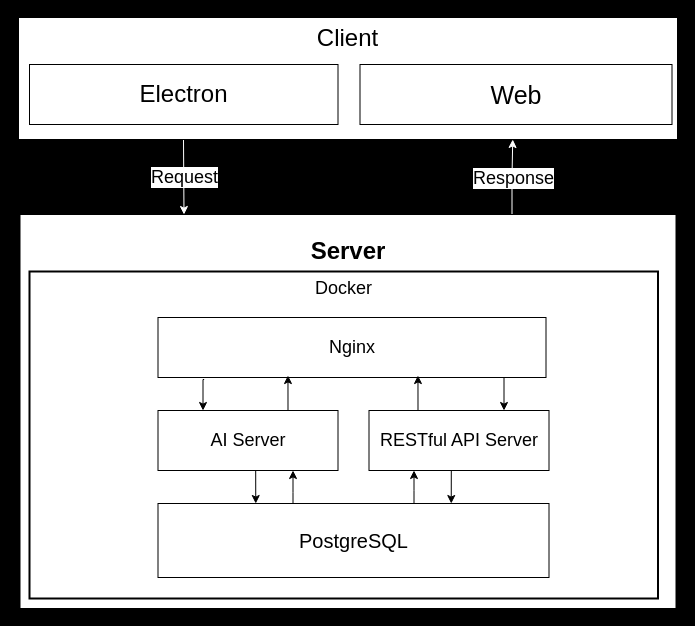
Earlier version of the draw.io diagram pic1.drawio (karta2341940/ch). Source tidied: cells renumbered, new cells numbered last; positions are measured from the earlier drawing's top-left corner, leaving out a move shared by most shapes. Both pictures are drawn from the tidied source at 100%, with x=0, y=0 at pixel (18, 17).
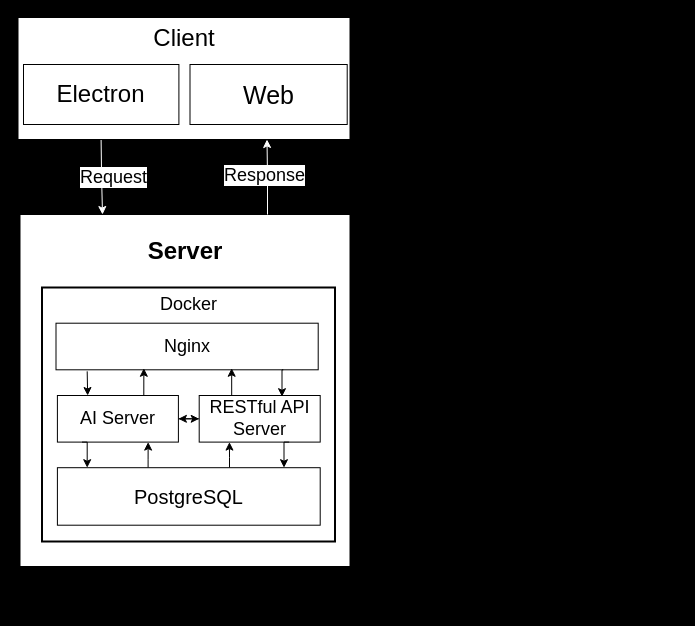
After the change.

The edit, as a diff of the source:
```diff
@@
+    <mxCell id="7" value="&lt;h1 style=&quot;font-size: 24px;&quot;&gt;Server&lt;/h1&gt;" style="rounded=0;whiteSpace=wrap;html=1;align=center;verticalAlign=top;" parent="1" vertex="1">
+      <mxGeometry x="1.5" y="197" width="330" height="352" as="geometry" />
+    </mxCell>
+    <mxCell id="23" style="group;" parent="1" vertex="1">
+      <mxGeometry x="23.5" y="270" width="293" height="254" as="geometry" />
+    </mxCell>
+    <mxCell id="8" value="&lt;font style=&quot;font-size: 18px;&quot;&gt;Docker&lt;/font&gt;" style="rounded=0;whiteSpace=wrap;html=1;strokeWidth=2;verticalAlign=top;" parent="23" vertex="1">
+      <mxGeometry width="293" height="254" as="geometry" />
+    </mxCell>
+    <mxCell id="11" value="&lt;font style=&quot;font-size: 18px;&quot;&gt;Nginx&lt;/font&gt;" style="rounded=0;whiteSpace=wrap;html=1;" parent="23" vertex="1">
+      <mxGeometry x="14" y="35.7" width="262.2" height="46.6" as="geometry" />
+    </mxCell>
+    <mxCell id="24" style="edgeStyle=orthogonalEdgeStyle;rounded=0;jettySize=auto;html=1;exitX=0;exitY=0.5;exitDx=0;exitDy=0;entryX=1;entryY=0.5;entryDx=0;entryDy=0;" parent="23" edge="1" source="13" target="15">
+      <mxGeometry relative="1" as="geometry" />
+    </mxCell>
+    <mxCell id="13" value="&lt;font style=&quot;font-size: 18px;&quot;&gt;RESTful API Server&lt;/font&gt;" style="rounded=0;whiteSpace=wrap;html=1;" parent="23" vertex="1">
+      <mxGeometry x="157.2" y="108" width="121" height="46.6" as="geometry" />
+    </mxCell>
+    <mxCell id="25" style="edgeStyle=orthogonalEdgeStyle;rounded=0;jettySize=auto;html=1;exitX=1;exitY=0.5;exitDx=0;exitDy=0;entryX=0;entryY=0.5;entryDx=0;entryDy=0;" parent="23" edge="1" source="15" target="13">
+      <mxGeometry relative="1" as="geometry" />
+    </mxCell>
+    <mxCell id="15" value="&lt;font style=&quot;font-size: 18px;&quot;&gt;AI Server&lt;/font&gt;" style="rounded=0;whiteSpace=wrap;html=1;" parent="23" vertex="1">
+      <mxGeometry x="15.4" y="108" width="121" height="46.6" as="geometry" />
+    </mxCell>
+    <mxCell id="9" style="edgeStyle=orthogonalEdgeStyle;rounded=0;jettySize=auto;html=1;exitX=0.119;exitY=1.033;exitDx=0;exitDy=0;entryX=0.25;entryY=0;entryDx=0;entryDy=0;exitPerimeter=0;" parent="23" edge="1" source="11" target="15">
+      <mxGeometry relative="1" as="geometry" />
+    </mxCell>
+    <mxCell id="16" style="edgeStyle=orthogonalEdgeStyle;rounded=0;jettySize=auto;html=1;entryX=0.75;entryY=1;entryDx=0;entryDy=0;" parent="23" edge="1" source="18" target="15">
+      <mxGeometry relative="1" as="geometry">
+        <Array as="points">
+          <mxPoint x="106.1" y="171.7" />
+          <mxPoint x="106.1" y="171.7" />
+        </Array>
+      </mxGeometry>
+    </mxCell>
+    <mxCell id="17" style="edgeStyle=orthogonalEdgeStyle;rounded=0;jettySize=auto;html=1;entryX=0.25;entryY=1;entryDx=0;entryDy=0;" parent="23" edge="1" source="18" target="13">
+      <mxGeometry relative="1" as="geometry">
+        <Array as="points">
+          <mxPoint x="187.5" y="170.1" />
+          <mxPoint x="187.5" y="170.1" />
+        </Array>
+      </mxGeometry>
+    </mxCell>
+    <mxCell id="18" value="&lt;span style=&quot;font-size: 20px;&quot;&gt;PostgreSQL&lt;/span&gt;" style="rounded=0;whiteSpace=wrap;html=1;" parent="23" vertex="1">
+      <mxGeometry x="15.4" y="180.2" width="262.8" height="57.5" as="geometry" />
+    </mxCell>
+    <mxCell id="26" style="edgeStyle=orthogonalEdgeStyle;rounded=0;orthogonalLoop=1;jettySize=auto;html=1;exitX=0.5;exitY=1;exitDx=0;exitDy=0;entryX=0.75;entryY=0;entryDx=0;entryDy=0;" parent="23" edge="1">
+      <mxGeometry relative="1" as="geometry">
+        <mxPoint x="247.2" y="154.6" as="sourcePoint" />
+        <mxPoint x="242" y="180.2" as="targetPoint" />
+      </mxGeometry>
+    </mxCell>
+    <mxCell id="19" style="edgeStyle=orthogonalEdgeStyle;rounded=0;jettySize=auto;html=1;exitX=0.75;exitY=0;exitDx=0;exitDy=0;entryX=0.335;entryY=0.967;entryDx=0;entryDy=0;entryPerimeter=0;" parent="23" edge="1" source="15" target="11">
+      <mxGeometry relative="1" as="geometry" />
+    </mxCell>
+    <mxCell id="27" style="edgeStyle=orthogonalEdgeStyle;rounded=0;orthogonalLoop=1;jettySize=auto;html=1;exitX=0.5;exitY=1;exitDx=0;exitDy=0;entryX=0.25;entryY=0;entryDx=0;entryDy=0;" parent="23" edge="1">
+      <mxGeometry relative="1" as="geometry">
+        <mxPoint x="40" y="154.6" as="sourcePoint" />
+        <mxPoint x="45.2" y="180.2" as="targetPoint" />
+      </mxGeometry>
+    </mxCell>
+    <mxCell id="20" style="edgeStyle=orthogonalEdgeStyle;rounded=0;jettySize=auto;html=1;exitX=0.25;exitY=0;exitDx=0;exitDy=0;entryX=0.67;entryY=0.967;entryDx=0;entryDy=0;entryPerimeter=0;" parent="23" edge="1" source="13" target="11">
+      <mxGeometry relative="1" as="geometry" />
+    </mxCell>
+    <mxCell id="28" style="edgeStyle=orthogonalEdgeStyle;rounded=0;orthogonalLoop=1;jettySize=auto;html=1;exitX=0.75;exitY=1;exitDx=0;exitDy=0;entryX=0.431;entryY=0.026;entryDx=0;entryDy=0;entryPerimeter=0;" parent="23" edge="1">
+      <mxGeometry relative="1" as="geometry">
+        <mxPoint x="241.3" y="82.3" as="sourcePoint" />
+        <mxPoint x="240" y="109.2" as="targetPoint" />
+      </mxGeometry>
+    </mxCell>
+    <mxCell id="29" style="group;" parent="1" vertex="1">
+      <mxGeometry x="-0.5" width="332" height="122" as="geometry" />
+    </mxCell>
-    <mxCell id="2" style="edgeStyle=orthogonalEdgeStyle;rounded=0;jettySize=auto;html=1;entryX=0.25;entryY=0;entryDx=0;entryDy=0;fontSize=12;labelBackgroundColor=#000000;fontColor=#FFFFFF;strokeColor=#FFFFFF;" parent="1" edge="1" target="7">
+    <mxCell id="2" style="edgeStyle=orthogonalEdgeStyle;rounded=0;jettySize=auto;html=1;entryX=0.25;entryY=0;entryDx=0;entryDy=0;fontSize=12;labelBackgroundColor=#000000;fontColor=#FFFFFF;strokeColor=#FFFFFF;" parent="29" edge="1" target="7">
       <mxGeometry relative="1" as="geometry">
-        <mxPoint x="165" y="122" as="sourcePoint" />
+        <mxPoint x="83.1" y="122" as="sourcePoint" />
       </mxGeometry>
     </mxCell>
     <mxCell id="3" value="&lt;font style=&quot;font-size: 18px;&quot;&gt;Request&lt;/font&gt;" style="edgeLabel;html=1;align=center;verticalAlign=middle;" parent="2" vertex="1">
       <mxGeometry x="-0.26" y="-1" relative="1" as="geometry">
-        <mxPoint x="1" y="9" as="offset" />
+        <mxPoint x="13" y="9" as="offset" />
       </mxGeometry>
     </mxCell>
-    <mxCell id="4" value="&lt;font style=&quot;font-size: 24px;&quot;&gt;Client&lt;/font&gt;" style="rounded=0;whiteSpace=wrap;html=1;verticalAlign=top;align=center;" parent="1" vertex="1">
-      <mxGeometry width="659" height="122" as="geometry" />
+    <mxCell id="4" value="&lt;font style=&quot;font-size: 24px;&quot;&gt;Client&lt;/font&gt;" style="rounded=0;whiteSpace=wrap;html=1;verticalAlign=top;align=center;" parent="29" vertex="1">
+      <mxGeometry width="332" height="122" as="geometry" />
     </mxCell>
-    <mxCell id="5" style="edgeStyle=orthogonalEdgeStyle;rounded=0;jettySize=auto;html=1;exitX=0.75;exitY=0;exitDx=0;exitDy=0;entryX=0.75;entryY=1;entryDx=0;entryDy=0;labelBackgroundColor=#000000;fontColor=#FFFFFF;strokeColor=#FFFFFF;" parent="1" edge="1" source="7" target="4">
+    <mxCell id="5" style="edgeStyle=orthogonalEdgeStyle;rounded=0;jettySize=auto;html=1;exitX=0.75;exitY=0;exitDx=0;exitDy=0;entryX=0.75;entryY=1;entryDx=0;entryDy=0;labelBackgroundColor=#000000;fontColor=#FFFFFF;strokeColor=#FFFFFF;" parent="29" edge="1" source="7" target="4">
       <mxGeometry relative="1" as="geometry" />
     </mxCell>
     <mxCell id="6" value="&lt;font style=&quot;font-size: 18px;&quot;&gt;Response&lt;/font&gt;" style="edgeLabel;html=1;align=center;verticalAlign=middle;" parent="5" vertex="1">
       <mxGeometry x="-0.13" y="-2" relative="1" as="geometry">
-        <mxPoint x="-1" y="-4" as="offset" />
+        <mxPoint x="-6" y="-7" as="offset" />
       </mxGeometry>
     </mxCell>
-    <mxCell id="7" value="&lt;h1 style=&quot;font-size: 24px;&quot;&gt;Server&lt;/h1&gt;" style="rounded=0;whiteSpace=wrap;html=1;align=center;verticalAlign=top;" parent="1" vertex="1">
-      <mxGeometry x="1.5" y="197" width="656" height="394" as="geometry" />
-    </mxCell>
-    <mxCell id="8" value="&lt;font style=&quot;font-size: 18px;&quot;&gt;Docker&lt;/font&gt;" style="rounded=0;whiteSpace=wrap;html=1;strokeWidth=2;verticalAlign=top;" parent="1" vertex="1">
-      <mxGeometry x="11" y="254" width="628.5" height="327" as="geometry" />
-    </mxCell>
-    <mxCell id="9" style="edgeStyle=orthogonalEdgeStyle;rounded=0;jettySize=auto;html=1;exitX=0.119;exitY=1.033;exitDx=0;exitDy=0;entryX=0.25;entryY=0;entryDx=0;entryDy=0;exitPerimeter=0;" parent="1" edge="1" source="11" target="15">
-      <mxGeometry relative="1" as="geometry" />
-    </mxCell>
-    <mxCell id="10" style="edgeStyle=orthogonalEdgeStyle;rounded=0;jettySize=auto;html=1;exitX=0.75;exitY=1;exitDx=0;exitDy=0;entryX=0.75;entryY=0;entryDx=0;entryDy=0;" parent="1" edge="1" source="11" target="13">
-      <mxGeometry relative="1" as="geometry">
-        <Array as="points">
-          <mxPoint x="485.5" y="360" />
-        </Array>
-      </mxGeometry>
-    </mxCell>
-    <mxCell id="11" value="&lt;font style=&quot;font-size: 18px;&quot;&gt;Nginx&lt;/font&gt;" style="rounded=0;whiteSpace=wrap;html=1;" parent="1" vertex="1">
-      <mxGeometry x="139.5" y="300" width="388" height="60" as="geometry" />
-    </mxCell>
-    <mxCell id="12" style="edgeStyle=orthogonalEdgeStyle;rounded=0;jettySize=auto;html=1;exitX=0.5;exitY=1;exitDx=0;exitDy=0;entryX=0.75;entryY=0;entryDx=0;entryDy=0;" parent="1" edge="1" source="13" target="18">
-      <mxGeometry relative="1" as="geometry" />
-    </mxCell>
-    <mxCell id="13" value="&lt;font style=&quot;font-size: 18px;&quot;&gt;RESTful API Server&lt;/font&gt;" style="rounded=0;whiteSpace=wrap;html=1;" parent="1" vertex="1">
-      <mxGeometry x="350.5" y="393" width="180" height="60" as="geometry" />
-    </mxCell>
-    <mxCell id="14" style="edgeStyle=orthogonalEdgeStyle;rounded=0;jettySize=auto;html=1;exitX=0.5;exitY=1;exitDx=0;exitDy=0;entryX=0.25;entryY=0;entryDx=0;entryDy=0;" parent="1" edge="1" source="15" target="18">
-      <mxGeometry relative="1" as="geometry" />
-    </mxCell>
-    <mxCell id="15" value="&lt;font style=&quot;font-size: 18px;&quot;&gt;AI Server&lt;/font&gt;" style="rounded=0;whiteSpace=wrap;html=1;" parent="1" vertex="1">
-      <mxGeometry x="139.5" y="393" width="180" height="60" as="geometry" />
-    </mxCell>
-    <mxCell id="16" style="edgeStyle=orthogonalEdgeStyle;rounded=0;jettySize=auto;html=1;entryX=0.75;entryY=1;entryDx=0;entryDy=0;" parent="1" edge="1" source="18" target="15">
-      <mxGeometry relative="1" as="geometry">
-        <Array as="points">
-          <mxPoint x="274.5" y="475" />
-          <mxPoint x="274.5" y="475" />
-        </Array>
-      </mxGeometry>
-    </mxCell>
-    <mxCell id="17" style="edgeStyle=orthogonalEdgeStyle;rounded=0;jettySize=auto;html=1;entryX=0.25;entryY=1;entryDx=0;entryDy=0;" parent="1" edge="1" source="18" target="13">
-      <mxGeometry relative="1" as="geometry">
-        <Array as="points">
-          <mxPoint x="395.5" y="473" />
-          <mxPoint x="395.5" y="473" />
-        </Array>
-      </mxGeometry>
-    </mxCell>
-    <mxCell id="18" value="&lt;span style=&quot;font-size: 20px;&quot;&gt;PostgreSQL&lt;/span&gt;" style="rounded=0;whiteSpace=wrap;html=1;" parent="1" vertex="1">
-      <mxGeometry x="139.5" y="486" width="391" height="74" as="geometry" />
-    </mxCell>
-    <mxCell id="19" style="edgeStyle=orthogonalEdgeStyle;rounded=0;jettySize=auto;html=1;exitX=0.75;exitY=0;exitDx=0;exitDy=0;entryX=0.335;entryY=0.967;entryDx=0;entryDy=0;entryPerimeter=0;" parent="1" edge="1" source="15" target="11">
-      <mxGeometry relative="1" as="geometry" />
-    </mxCell>
-    <mxCell id="20" style="edgeStyle=orthogonalEdgeStyle;rounded=0;jettySize=auto;html=1;exitX=0.25;exitY=0;exitDx=0;exitDy=0;entryX=0.67;entryY=0.967;entryDx=0;entryDy=0;entryPerimeter=0;" parent="1" edge="1" source="13" target="11">
-      <mxGeometry relative="1" as="geometry" />
-    </mxCell>
-    <mxCell id="21" value="&lt;font style=&quot;font-size: 24px;&quot;&gt;Electron&lt;/font&gt;" style="rounded=0;whiteSpace=wrap;html=1;" parent="1" vertex="1">
-      <mxGeometry x="11" y="47" width="308.5" height="60" as="geometry" />
+    <mxCell id="21" value="&lt;font style=&quot;font-size: 24px;&quot;&gt;Electron&lt;/font&gt;" style="rounded=0;whiteSpace=wrap;html=1;" parent="29" vertex="1">
+      <mxGeometry x="5.5" y="47" width="155.4" height="60" as="geometry" />
     </mxCell>
-    <mxCell id="22" value="&lt;font style=&quot;font-size: 25px;&quot;&gt;Web&lt;/font&gt;" style="rounded=0;whiteSpace=wrap;html=1;" parent="1" vertex="1">
-      <mxGeometry x="341.5" y="47" width="312" height="60" as="geometry" />
+    <mxCell id="22" value="&lt;font style=&quot;font-size: 25px;&quot;&gt;Web&lt;/font&gt;" style="rounded=0;whiteSpace=wrap;html=1;" parent="29" vertex="1">
+      <mxGeometry x="172" y="47" width="157.2" height="60" as="geometry" />
     </mxCell>
```
